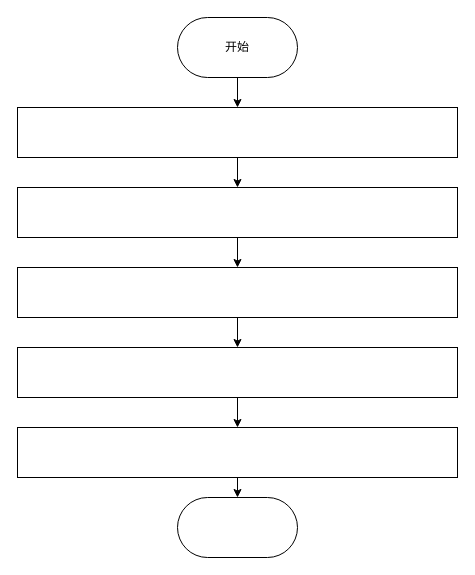
Earlier version of the draw.io diagram 模型一算法流程图.drawio (crawlerWPS/drawing). Source tidied: cells renumbered, new cells numbered last; positions are measured from the earlier drawing's top-left corner, leaving out a move shared by most shapes. Both pictures are drawn from the tidied source at 100%, with x=0, y=0 at pixel (17, 17).
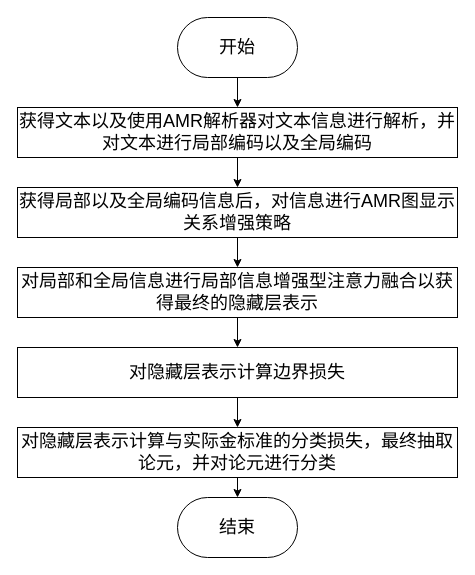
The same page after the edit.

Commit message (it also covers changes not shown here):
更新模型一算法流程图.drawio

Diff of the diagram source:
```diff
@@
 <mxGraphModel>
   <root>
     <mxCell id="0" />
     <mxCell id="1" parent="0" />
-    <mxCell id="2" style="edgeStyle=orthogonalEdgeStyle;rounded=0;jettySize=auto;html=1;entryX=0.5;entryY=0;entryDx=0;entryDy=0;" parent="1" edge="1" source="3" target="5">
+    <mxCell id="2" style="edgeStyle=orthogonalEdgeStyle;rounded=0;jettySize=auto;html=1;entryX=0.5;entryY=0;entryDx=0;entryDy=0;fontFamily=宋体-简;fontSize=18;" parent="1" edge="1" source="3" target="5">
       <mxGeometry relative="1" as="geometry" />
     </mxCell>
-    <mxCell id="3" value="开始" style="rounded=1;whiteSpace=wrap;html=1;arcSize=50;" parent="1" vertex="1">
+    <mxCell id="3" value="开始" style="rounded=1;whiteSpace=wrap;html=1;arcSize=50;fontFamily=宋体-简;fontSize=18;" parent="1" vertex="1">
       <mxGeometry x="160" width="120" height="60" as="geometry" />
     </mxCell>
-    <mxCell id="4" style="edgeStyle=orthogonalEdgeStyle;rounded=0;jettySize=auto;html=1;" parent="1" edge="1" source="5" target="7">
+    <mxCell id="4" style="edgeStyle=orthogonalEdgeStyle;rounded=0;jettySize=auto;html=1;fontFamily=宋体-简;fontSize=18;" parent="1" edge="1" source="5" target="7">
       <mxGeometry relative="1" as="geometry" />
     </mxCell>
-    <mxCell id="5" style="rounded=0;whiteSpace=wrap;html=1;" parent="1" vertex="1">
+    <mxCell id="5" value="获得文本以及使用AMR解析器对文本信息进行解析，并对文本进行局部编码以及全局编码" style="rounded=0;whiteSpace=wrap;html=1;fontFamily=宋体-简;fontSize=18;" parent="1" vertex="1">
       <mxGeometry y="90" width="440" height="50" as="geometry" />
     </mxCell>
-    <mxCell id="6" style="edgeStyle=orthogonalEdgeStyle;rounded=0;jettySize=auto;html=1;" parent="1" edge="1" source="7" target="9">
+    <mxCell id="6" style="edgeStyle=orthogonalEdgeStyle;rounded=0;jettySize=auto;html=1;fontFamily=宋体-简;fontSize=18;" parent="1" edge="1" source="7" target="9">
       <mxGeometry relative="1" as="geometry" />
     </mxCell>
-    <mxCell id="7" style="rounded=0;whiteSpace=wrap;html=1;" parent="1" vertex="1">
+    <mxCell id="7" value="获得局部以及全局编码信息后，对信息进行AMR图显示关系增强策略" style="rounded=0;whiteSpace=wrap;html=1;fontFamily=宋体-简;fontSize=18;" parent="1" vertex="1">
       <mxGeometry y="170" width="440" height="50" as="geometry" />
     </mxCell>
-    <mxCell id="8" style="edgeStyle=orthogonalEdgeStyle;rounded=0;jettySize=auto;html=1;entryX=0.5;entryY=0;entryDx=0;entryDy=0;" parent="1" edge="1" source="9" target="11">
+    <mxCell id="8" style="edgeStyle=orthogonalEdgeStyle;rounded=0;jettySize=auto;html=1;entryX=0.5;entryY=0;entryDx=0;entryDy=0;fontFamily=宋体-简;fontSize=18;" parent="1" edge="1" source="9" target="11">
       <mxGeometry relative="1" as="geometry" />
     </mxCell>
-    <mxCell id="9" style="rounded=0;whiteSpace=wrap;html=1;" parent="1" vertex="1">
+    <mxCell id="9" value="对局部和全局信息进行局部信息增强型注意力融合以获得最终的隐藏层表示" style="rounded=0;whiteSpace=wrap;html=1;fontFamily=宋体-简;fontSize=18;" parent="1" vertex="1">
       <mxGeometry y="250" width="440" height="50" as="geometry" />
     </mxCell>
-    <mxCell id="10" style="edgeStyle=orthogonalEdgeStyle;rounded=0;jettySize=auto;html=1;" parent="1" edge="1" source="11" target="13">
+    <mxCell id="10" style="edgeStyle=orthogonalEdgeStyle;rounded=0;jettySize=auto;html=1;fontFamily=宋体-简;fontSize=18;" parent="1" edge="1" source="11" target="13">
       <mxGeometry relative="1" as="geometry" />
     </mxCell>
-    <mxCell id="11" style="rounded=0;whiteSpace=wrap;html=1;" parent="1" vertex="1">
+    <mxCell id="11" value="对隐藏层表示计算边界损失" style="rounded=0;whiteSpace=wrap;html=1;fontFamily=宋体-简;fontSize=18;" parent="1" vertex="1">
       <mxGeometry y="330" width="440" height="50" as="geometry" />
     </mxCell>
-    <mxCell id="12" style="edgeStyle=orthogonalEdgeStyle;rounded=0;jettySize=auto;html=1;exitX=0.5;exitY=1;exitDx=0;exitDy=0;entryX=0.5;entryY=0;entryDx=0;entryDy=0;" parent="1" edge="1" source="13" target="14">
+    <mxCell id="12" style="edgeStyle=orthogonalEdgeStyle;rounded=0;jettySize=auto;html=1;exitX=0.5;exitY=1;exitDx=0;exitDy=0;entryX=0.5;entryY=0;entryDx=0;entryDy=0;fontFamily=宋体-简;fontSize=18;" parent="1" edge="1" source="13" target="14">
       <mxGeometry relative="1" as="geometry" />
     </mxCell>
-    <mxCell id="13" style="rounded=0;whiteSpace=wrap;html=1;" parent="1" vertex="1">
+    <mxCell id="13" value="对隐藏层表示计算与实际金标准的分类损失，最终抽取论元，并对论元进行分类" style="rounded=0;whiteSpace=wrap;html=1;fontFamily=宋体-简;fontSize=18;" parent="1" vertex="1">
       <mxGeometry y="410" width="440" height="50" as="geometry" />
     </mxCell>
-    <mxCell id="14" style="rounded=1;whiteSpace=wrap;html=1;arcSize=50;" parent="1" vertex="1">
+    <mxCell id="14" value="结束" style="rounded=1;whiteSpace=wrap;html=1;arcSize=50;fontFamily=宋体-简;fontSize=18;" parent="1" vertex="1">
       <mxGeometry x="160" y="480" width="120" height="60" as="geometry" />
     </mxCell>
   </root>
 </mxGraphModel>
```
